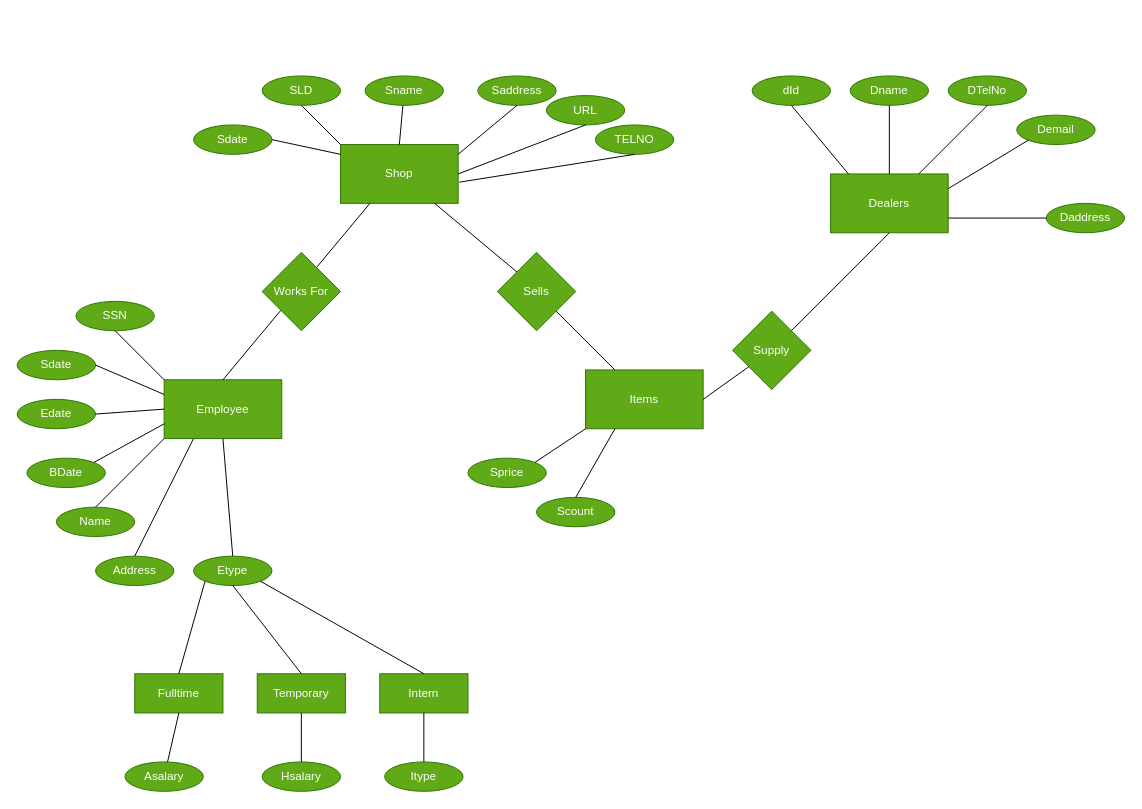
Above: EER_Diagram.drawio in n1ck007/cse3330_project (draw.io), before the change. Source tidied: cells renumbered, new cells numbered last; positions are measured from the earlier drawing's top-left corner, leaving out a move shared by most shapes. Both pictures are drawn from the tidied source at 98%, with x=0, y=0 at pixel (17, 75).
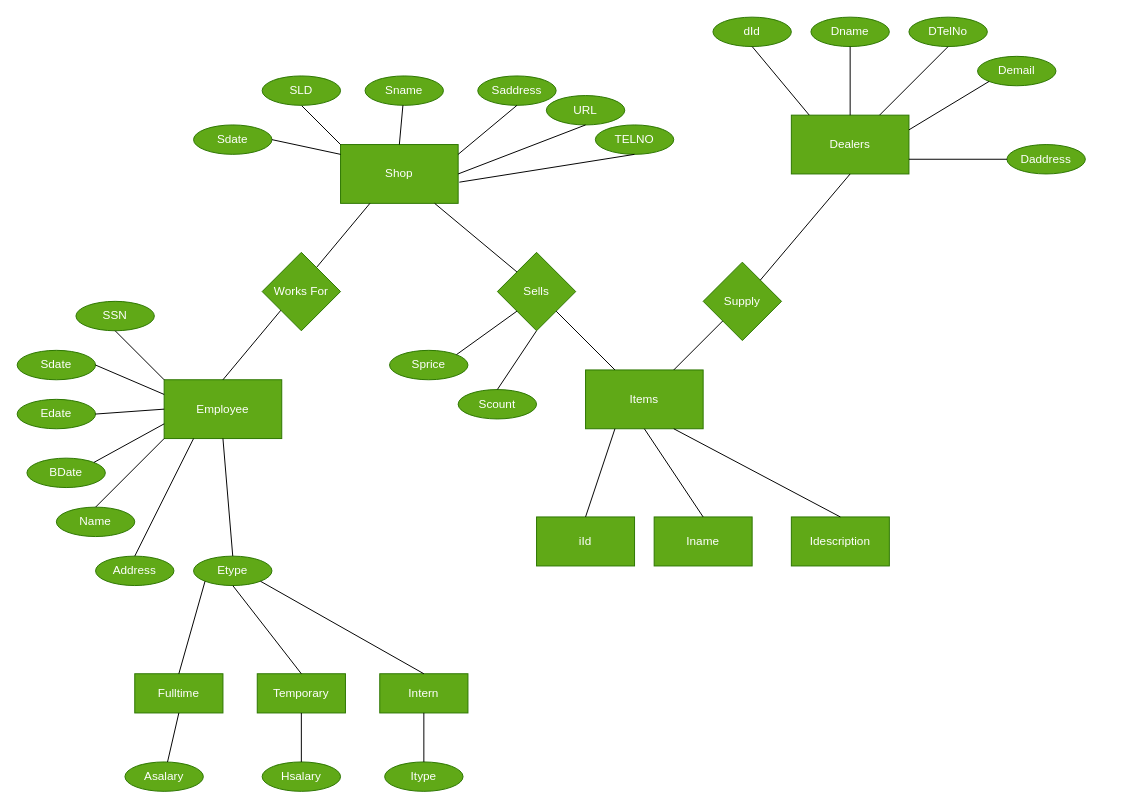
The same diagram, later.

Commit message:
Finished Part 3-6

The change refers to these unchanged cells:
```xml
<mxCell id="30" value="Sells" style="rhombus;whiteSpace=wrap;html=1;fillColor=#60a917;strokeColor=#2D7600;fontColor=#ffffff;" parent="1" vertex="1">
  <mxGeometry x="490" y="180" width="80" height="80" as="geometry" />
</mxCell>
<mxCell id="32" value="Items" style="rounded=0;whiteSpace=wrap;html=1;fillColor=#60a917;fontColor=#ffffff;strokeColor=#2D7600;" parent="1" vertex="1">
  <mxGeometry x="580" y="300" width="120" height="60" as="geometry" />
</mxCell>
```

Change to the diagram source:
```diff
@@
     <mxCell id="34" value="Sprice" style="ellipse;whiteSpace=wrap;html=1;fillColor=#60a917;fontColor=#ffffff;strokeColor=#2D7600;" parent="1" vertex="1">
-      <mxGeometry x="460" y="390" width="80" height="30" as="geometry" />
+      <mxGeometry x="380" y="280" width="80" height="30" as="geometry" />
     </mxCell>
     <mxCell id="35" value="Scount" style="ellipse;whiteSpace=wrap;html=1;fillColor=#60a917;fontColor=#ffffff;strokeColor=#2D7600;" parent="1" vertex="1">
-      <mxGeometry x="530" y="430" width="80" height="30" as="geometry" />
+      <mxGeometry x="450" y="320" width="80" height="30" as="geometry" />
     </mxCell>
-    <mxCell id="36" style="endArrow=none;html=1;rounded=0;entryX=0;entryY=1;entryDx=0;entryDy=0;exitX=1;exitY=0;exitDx=0;exitDy=0;" parent="1" edge="1" source="34" target="32">
-      <mxGeometry relative="1" as="geometry" />
-    </mxCell>
-    <mxCell id="37" style="endArrow=none;html=1;rounded=0;entryX=0.25;entryY=1;entryDx=0;entryDy=0;exitX=0.5;exitY=0;exitDx=0;exitDy=0;" parent="1" edge="1" source="35" target="32">
-      <mxGeometry relative="1" as="geometry" />
-    </mxCell>
     <mxCell id="38" value="Dealers" style="rounded=0;whiteSpace=wrap;html=1;fillColor=#60a917;fontColor=#ffffff;strokeColor=#2D7600;" parent="1" vertex="1">
-      <mxGeometry x="830" y="100" width="120" height="60" as="geometry" />
+      <mxGeometry x="790" y="40" width="120" height="60" as="geometry" />
     </mxCell>
     <mxCell id="39" value="Supply" style="rhombus;whiteSpace=wrap;html=1;fillColor=#60a917;fontColor=#ffffff;strokeColor=#2D7600;" parent="1" vertex="1">
-      <mxGeometry x="730" y="240" width="80" height="80" as="geometry" />
+      <mxGeometry x="700" y="190" width="80" height="80" as="geometry" />
     </mxCell>
@@
-    <mxCell id="41" style="endArrow=none;html=1;rounded=0;entryX=1;entryY=0.5;entryDx=0;entryDy=0;" parent="1" edge="1" source="39" target="32">
+    <mxCell id="41" style="endArrow=none;html=1;rounded=0;entryX=0.75;entryY=0;entryDx=0;entryDy=0;" parent="1" edge="1" source="39" target="32">
       <mxGeometry relative="1" as="geometry" />
     </mxCell>
     <mxCell id="42" value="Dname" style="ellipse;whiteSpace=wrap;html=1;fillColor=#60a917;fontColor=#ffffff;strokeColor=#2D7600;" parent="1" vertex="1">
-      <mxGeometry x="850" width="80" height="30" as="geometry" />
+      <mxGeometry x="810" y="-60" width="80" height="30" as="geometry" />
     </mxCell>
@@
     <mxCell id="57" value="dId" style="ellipse;whiteSpace=wrap;html=1;fillColor=#60a917;fontColor=#ffffff;strokeColor=#2D7600;" parent="1" vertex="1">
-      <mxGeometry x="750" width="80" height="30" as="geometry" />
+      <mxGeometry x="710" y="-60" width="80" height="30" as="geometry" />
     </mxCell>
@@
     <mxCell id="60" value="DTelNo" style="ellipse;whiteSpace=wrap;html=1;fillColor=#60a917;fontColor=#ffffff;strokeColor=#2D7600;" parent="1" vertex="1">
-      <mxGeometry x="950" width="80" height="30" as="geometry" />
+      <mxGeometry x="910" y="-60" width="80" height="30" as="geometry" />
     </mxCell>
@@
     <mxCell id="62" value="&lt;br&gt;Demail&lt;div&gt;&lt;br&gt;&lt;/div&gt;" style="ellipse;whiteSpace=wrap;html=1;fillColor=#60a917;fontColor=#ffffff;strokeColor=#2D7600;" parent="1" vertex="1">
-      <mxGeometry x="1020" y="40" width="80" height="30" as="geometry" />
+      <mxGeometry x="980" y="-20" width="80" height="30" as="geometry" />
     </mxCell>
     <mxCell id="63" value="Daddress" style="ellipse;whiteSpace=wrap;html=1;fillColor=#60a917;fontColor=#ffffff;strokeColor=#2D7600;" parent="1" vertex="1">
-      <mxGeometry x="1050" y="130" width="80" height="30" as="geometry" />
+      <mxGeometry x="1010" y="70" width="80" height="30" as="geometry" />
     </mxCell>
@@
+    <mxCell id="66" style="endArrow=none;html=1;rounded=0;exitX=1;exitY=0;exitDx=0;exitDy=0;entryX=0;entryY=1;entryDx=0;entryDy=0;" parent="1" edge="1" source="34" target="30">
+      <mxGeometry relative="1" as="geometry" />
+    </mxCell>
+    <mxCell id="67" style="endArrow=none;html=1;rounded=0;entryX=0.5;entryY=1;entryDx=0;entryDy=0;exitX=0.5;exitY=0;exitDx=0;exitDy=0;" parent="1" edge="1" source="35" target="30">
+      <mxGeometry relative="1" as="geometry" />
+    </mxCell>
+    <mxCell id="68" value="iId" style="rounded=0;whiteSpace=wrap;html=1;fillColor=#60a917;fontColor=#ffffff;strokeColor=#2D7600;" parent="1" vertex="1">
+      <mxGeometry x="530" y="450" width="100" height="50" as="geometry" />
+    </mxCell>
+    <mxCell id="69" value="Idescription" style="rounded=0;whiteSpace=wrap;html=1;fillColor=#60a917;fontColor=#ffffff;strokeColor=#2D7600;" parent="1" vertex="1">
+      <mxGeometry x="790" y="450" width="100" height="50" as="geometry" />
+    </mxCell>
+    <mxCell id="70" value="Iname" style="rounded=0;whiteSpace=wrap;html=1;fillColor=#60a917;fontColor=#ffffff;strokeColor=#2D7600;" parent="1" vertex="1">
+      <mxGeometry x="650" y="450" width="100" height="50" as="geometry" />
+    </mxCell>
+    <mxCell id="71" style="endArrow=none;html=1;rounded=0;exitX=0.5;exitY=0;exitDx=0;exitDy=0;entryX=0.25;entryY=1;entryDx=0;entryDy=0;" parent="1" edge="1" source="68" target="32">
+      <mxGeometry relative="1" as="geometry" />
+    </mxCell>
+    <mxCell id="72" style="endArrow=none;html=1;rounded=0;exitX=0.5;exitY=0;exitDx=0;exitDy=0;entryX=0.5;entryY=1;entryDx=0;entryDy=0;" parent="1" edge="1" source="70" target="32">
+      <mxGeometry relative="1" as="geometry" />
+    </mxCell>
+    <mxCell id="73" style="endArrow=none;html=1;rounded=0;exitX=0.5;exitY=0;exitDx=0;exitDy=0;entryX=0.75;entryY=1;entryDx=0;entryDy=0;" parent="1" edge="1" source="69" target="32">
+      <mxGeometry relative="1" as="geometry" />
+    </mxCell>
```
